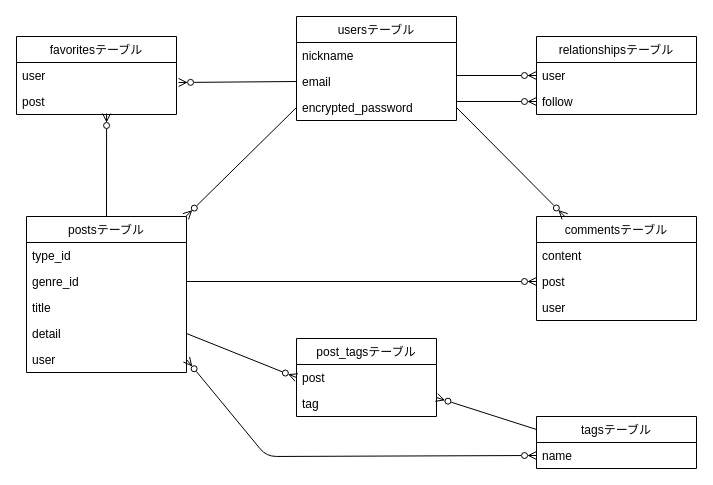
This is test.dio from rilleague/polishan, a draw.io file, before an edit. Source tidied: cells renumbered, new cells numbered last; positions are measured from the earlier drawing's top-left corner, leaving out a move shared by most shapes. Both pictures are drawn from the tidied source at 100%, with x=0, y=0 at pixel (16, 16).
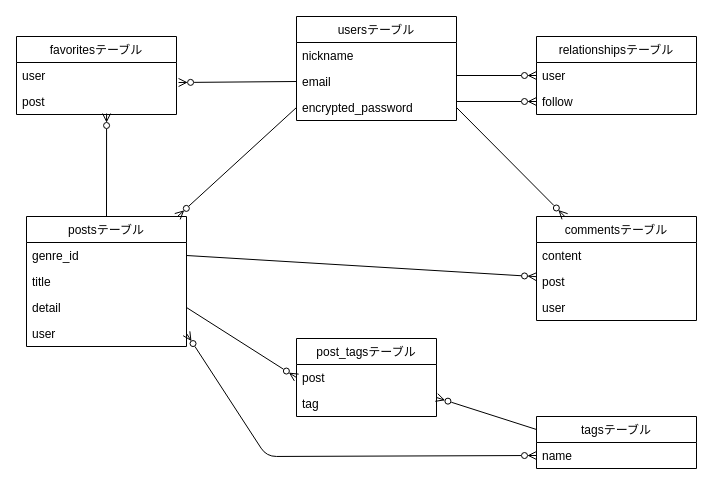
The same page after the edit.

Commit message (it also covers changes not shown here):
テーブル設計の変更　※type_idカラム削除

Diff of the diagram source:
```diff
@@
     <mxCell id="17" value="postsテーブル" style="swimlane;fontStyle=0;horizontal=1;startSize=26;fillColor=none;" parent="1" vertex="1">
-      <mxGeometry x="10" y="200" width="160" height="156" as="geometry" />
+      <mxGeometry x="10" y="200" width="160" height="130" as="geometry" />
     </mxCell>
-    <mxCell id="18" value="type_id" style="text;strokeColor=none;fillColor=none;align=left;verticalAlign=top;spacingLeft=4;spacingRight=4;overflow=hidden;" parent="17" vertex="1">
-      <mxGeometry y="26" width="160" height="26" as="geometry" />
-    </mxCell>
     <mxCell id="19" value="genre_id" style="text;strokeColor=none;fillColor=none;align=left;verticalAlign=top;spacingLeft=4;spacingRight=4;overflow=hidden;points=[[0,0.5],[1,0.5]];portConstraint=eastwest;" parent="17" vertex="1">
-      <mxGeometry y="52" width="160" height="26" as="geometry" />
+      <mxGeometry y="26" width="160" height="26" as="geometry" />
     </mxCell>
     <mxCell id="20" value="title" style="text;strokeColor=none;fillColor=none;align=left;verticalAlign=top;spacingLeft=4;spacingRight=4;overflow=hidden;" parent="17" vertex="1">
-      <mxGeometry y="78" width="160" height="26" as="geometry" />
+      <mxGeometry y="52" width="160" height="26" as="geometry" />
     </mxCell>
     <mxCell id="21" value="detail" style="text;strokeColor=none;fillColor=none;align=left;verticalAlign=top;spacingLeft=4;spacingRight=4;overflow=hidden;points=[[0,0.5],[1,0.5]];portConstraint=eastwest;" parent="17" vertex="1">
-      <mxGeometry y="104" width="160" height="26" as="geometry" />
+      <mxGeometry y="78" width="160" height="26" as="geometry" />
     </mxCell>
     <mxCell id="22" value="user" style="text;strokeColor=none;fillColor=none;align=left;verticalAlign=top;spacingLeft=4;spacingRight=4;overflow=hidden;points=[[0,0.5],[1,0.5]];portConstraint=eastwest;" parent="17" vertex="1">
-      <mxGeometry y="130" width="160" height="26" as="geometry" />
+      <mxGeometry y="104" width="160" height="26" as="geometry" />
     </mxCell>
```
